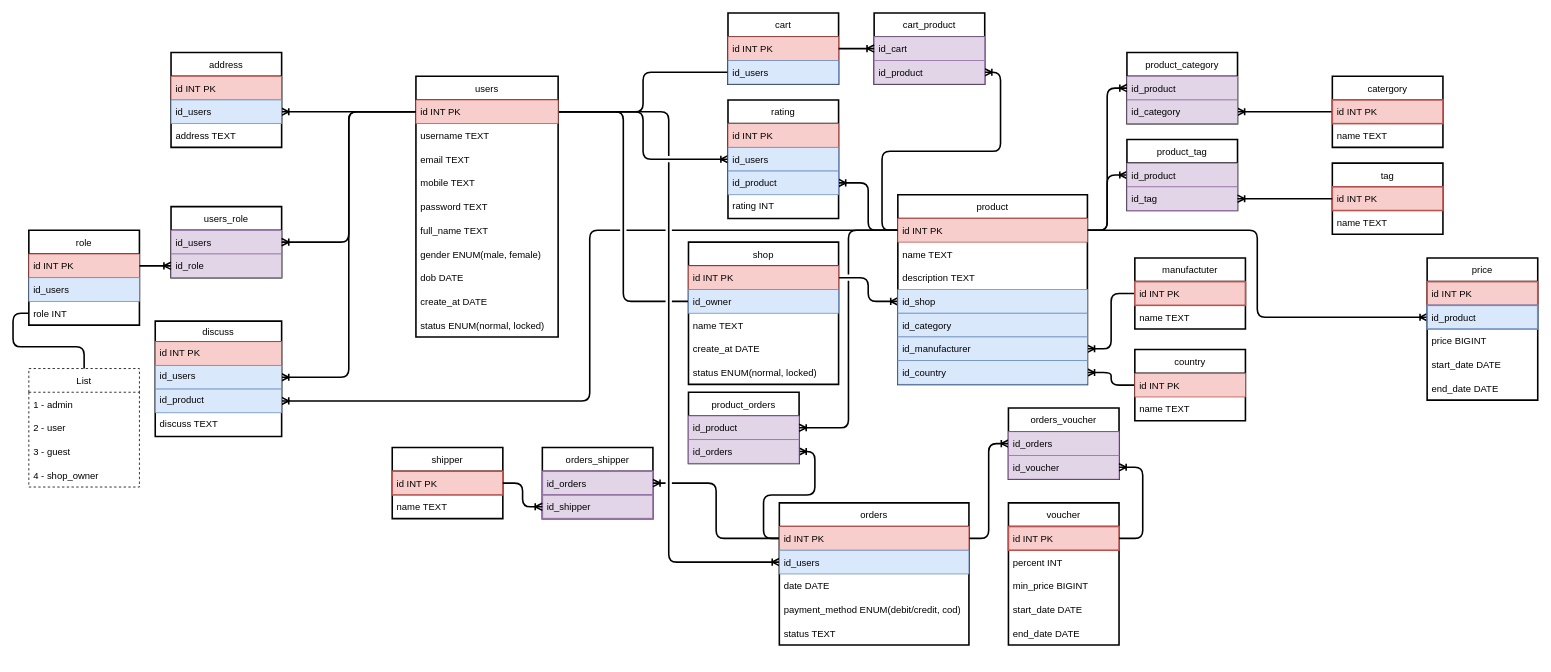
Earlier version of the draw.io diagram page "Basic design" (2 of 2) of 03.Database/ProjectEcommerce/ProjectEcommerce_Design.drawio (theduonghn/Techmaster-Java). Source tidied: cells renumbered, new cells numbered last; positions are measured from the earlier drawing's top-left corner, leaving out a move shared by most shapes. Both pictures are drawn from the tidied source at 79%, with x=0, y=0 at pixel (28, 13).
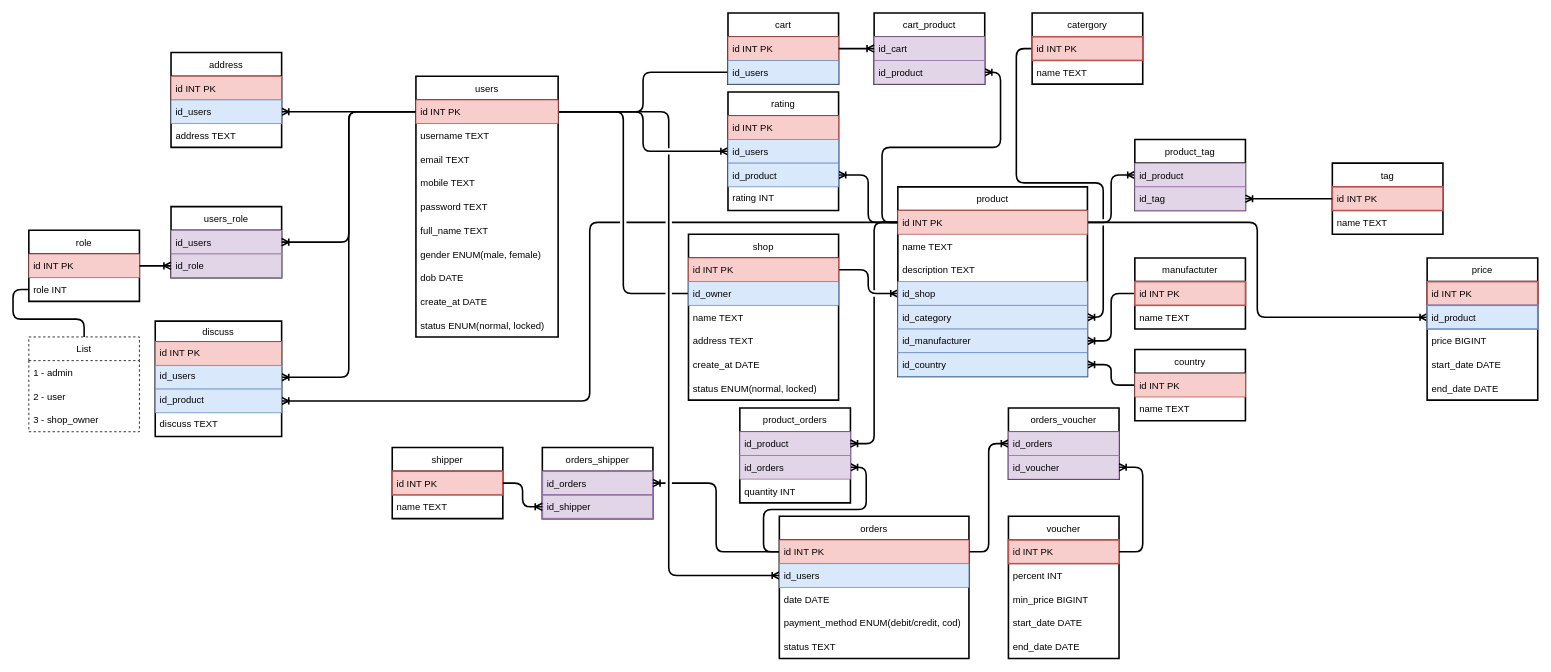
The same diagram, later.

Unchanged cells that the change refers to:
```xml
<mxCell id="78" value="id INT PK" style="text;strokeColor=#b85450;fillColor=#f8cecc;align=left;verticalAlign=middle;spacingLeft=4;spacingRight=4;overflow=hidden;points=[[0,0.5],[1,0.5]];portConstraint=eastwest;strokeWidth=2;" parent="77" vertex="1">
  <mxGeometry y="30" width="140" height="30" as="geometry" />
</mxCell>
<mxCell id="119" value="id INT PK" style="text;strokeColor=#b85450;fillColor=#f8cecc;align=left;verticalAlign=middle;spacingLeft=4;spacingRight=4;overflow=hidden;points=[[0,0.5],[1,0.5]];portConstraint=eastwest;" parent="118" vertex="1">
  <mxGeometry y="30" width="240" height="30" as="geometry" />
</mxCell>
<mxCell id="123" value="id_category" style="text;strokeColor=#6c8ebf;fillColor=#dae8fc;align=left;verticalAlign=middle;spacingLeft=4;spacingRight=4;overflow=hidden;points=[[0,0.5],[1,0.5]];portConstraint=eastwest;" parent="118" vertex="1">
  <mxGeometry y="150" width="240" height="30" as="geometry" />
</mxCell>
```

Diff of the diagram source:
```diff
@@
-    <mxCell id="4" style="edgeStyle=orthogonalEdgeStyle;jumpStyle=gap;jettySize=auto;html=1;startArrow=none;startFill=0;endArrow=ERoneToMany;endFill=0;strokeWidth=2;" parent="1" edge="1" source="78" target="128">
+    <mxCell id="4" style="edgeStyle=orthogonalEdgeStyle;jumpStyle=gap;jettySize=auto;html=1;startArrow=none;startFill=0;endArrow=ERoneToMany;endFill=0;strokeWidth=2;" parent="1" edge="1" source="78" target="123">
       <mxGeometry relative="1" as="geometry" />
     </mxCell>
@@
     <mxCell id="20" value="List" style="swimlane;fontStyle=0;horizontal=1;startSize=30;dashed=1;strokeWidth=1;fillColor=none;" parent="1" vertex="1">
-      <mxGeometry y="450" width="140" height="150" as="geometry" />
+      <mxGeometry y="410" width="140" height="120" as="geometry" />
     </mxCell>
@@
-    <mxCell id="23" value="3 - guest" style="text;strokeColor=none;fillColor=none;align=left;verticalAlign=middle;spacingLeft=4;spacingRight=4;overflow=hidden;dashed=1;" parent="20" vertex="1">
-      <mxGeometry y="90" width="140" height="30" as="geometry" />
-    </mxCell>
-    <mxCell id="24" value="4 - shop_owner" style="text;strokeColor=none;fillColor=none;align=left;verticalAlign=middle;spacingLeft=4;spacingRight=4;overflow=hidden;dashed=1;" parent="20" vertex="1">
-      <mxGeometry y="120" width="140" height="30" as="geometry" />
+    <mxCell id="24" value="3 - shop_owner" style="text;strokeColor=none;fillColor=none;align=left;verticalAlign=middle;spacingLeft=4;spacingRight=4;overflow=hidden;dashed=1;" parent="20" vertex="1">
+      <mxGeometry y="90" width="140" height="30" as="geometry" />
     </mxCell>
     <mxCell id="25" value="role" style="swimlane;fontStyle=0;horizontal=1;startSize=30;strokeWidth=2;" parent="1" vertex="1">
-      <mxGeometry y="275" width="140" height="120" as="geometry" />
+      <mxGeometry y="275" width="140" height="90" as="geometry" />
     </mxCell>
@@
-    <mxCell id="27" value="id_users" style="text;strokeColor=#6c8ebf;fillColor=#dae8fc;align=left;verticalAlign=middle;spacingLeft=4;spacingRight=4;overflow=hidden;labelBackgroundColor=none;" parent="25" vertex="1">
-      <mxGeometry y="60" width="140" height="30" as="geometry" />
-    </mxCell>
     <mxCell id="28" value="role INT" style="text;strokeColor=none;fillColor=none;align=left;verticalAlign=middle;spacingLeft=4;spacingRight=4;overflow=hidden;points=[[0,0.5],[1,0.5]];portConstraint=eastwest;" parent="25" vertex="1">
-      <mxGeometry y="90" width="140" height="30" as="geometry" />
+      <mxGeometry y="60" width="140" height="30" as="geometry" />
     </mxCell>
@@
     <mxCell id="34" value="rating" style="swimlane;fontStyle=0;horizontal=1;startSize=30;labelBackgroundColor=none;strokeWidth=2;swimlaneLine=1;" parent="1" vertex="1">
-      <mxGeometry x="885" y="110" width="140" height="150" as="geometry" />
+      <mxGeometry x="885" y="100" width="140" height="150" as="geometry" />
     </mxCell>
@@
     <mxCell id="39" value="shop" style="swimlane;fontStyle=0;horizontal=1;startSize=30;labelBackgroundColor=none;strokeColor=default;strokeWidth=2;fillColor=none;" parent="1" vertex="1">
-      <mxGeometry x="835" y="290" width="190" height="180" as="geometry" />
+      <mxGeometry x="835" y="280" width="190" height="210" as="geometry" />
     </mxCell>
@@
+    <mxCell id="134" value="address TEXT" style="text;strokeColor=none;fillColor=none;align=left;verticalAlign=middle;spacingLeft=4;spacingRight=4;overflow=hidden;labelBackgroundColor=none;" parent="39" vertex="1">
+      <mxGeometry y="120" width="190" height="30" as="geometry" />
+    </mxCell>
     <mxCell id="43" value="create_at DATE" style="text;strokeColor=none;fillColor=none;align=left;verticalAlign=middle;spacingLeft=4;spacingRight=4;overflow=hidden;labelBackgroundColor=none;" parent="39" vertex="1">
-      <mxGeometry y="120" width="190" height="30" as="geometry" />
+      <mxGeometry y="150" width="190" height="30" as="geometry" />
     </mxCell>
     <mxCell id="44" value="status ENUM(normal, locked)" style="text;strokeColor=none;fillColor=none;align=left;verticalAlign=middle;spacingLeft=4;spacingRight=4;overflow=hidden;labelBackgroundColor=none;" parent="39" vertex="1">
-      <mxGeometry y="150" width="190" height="30" as="geometry" />
+      <mxGeometry y="180" width="190" height="30" as="geometry" />
     </mxCell>
@@
     <mxCell id="77" value="catergory" style="swimlane;fontStyle=0;horizontal=1;startSize=30;strokeColor=default;strokeWidth=2;" parent="1" vertex="1">
-      <mxGeometry x="1650" y="80" width="140" height="90" as="geometry" />
+      <mxGeometry x="1270" width="140" height="90" as="geometry" />
     </mxCell>
@@
     <mxCell id="83" value="product_tag" style="swimlane;fontStyle=0;horizontal=1;startSize=30;strokeWidth=2;glass=0;sketch=0;shadow=0;rounded=0;" parent="1" vertex="1">
-      <mxGeometry x="1390" y="160" width="140" height="90" as="geometry" />
+      <mxGeometry x="1400" y="160" width="140" height="90" as="geometry" />
     </mxCell>
@@
     <mxCell id="101" value="voucher" style="swimlane;fontStyle=0;horizontal=1;startSize=30;strokeColor=default;strokeWidth=2;" parent="1" vertex="1">
-      <mxGeometry x="1240" y="620" width="140" height="180" as="geometry" />
+      <mxGeometry x="1240" y="637" width="140" height="180" as="geometry" />
     </mxCell>
@@
     <mxCell id="112" value="orders" style="swimlane;fontStyle=0;horizontal=1;startSize=30;strokeWidth=2;" parent="1" vertex="1">
-      <mxGeometry x="950" y="620" width="240" height="180" as="geometry" />
+      <mxGeometry x="950" y="637" width="240" height="180" as="geometry" />
     </mxCell>
@@
     <mxCell id="118" value="product" style="swimlane;fontStyle=0;horizontal=1;startSize=30;strokeWidth=2;" parent="1" vertex="1">
-      <mxGeometry x="1100" y="230" width="240" height="240" as="geometry" />
+      <mxGeometry x="1100" y="220" width="240" height="240" as="geometry" />
     </mxCell>
@@
-    <mxCell id="126" value="product_category" style="swimlane;fontStyle=0;horizontal=1;startSize=30;strokeWidth=2;glass=0;sketch=0;shadow=0;rounded=0;" parent="1" vertex="1">
-      <mxGeometry x="1390" y="50" width="140" height="90" as="geometry" />
-    </mxCell>
-    <mxCell id="127" value="id_product" style="text;strokeColor=#9673a6;fillColor=#e1d5e7;align=left;verticalAlign=middle;spacingLeft=4;spacingRight=4;overflow=hidden;points=[[0,0.5],[1,0.5]];portConstraint=eastwest;" parent="126" vertex="1">
-      <mxGeometry y="30" width="140" height="30" as="geometry" />
-    </mxCell>
-    <mxCell id="128" value="id_category" style="text;strokeColor=#9673a6;fillColor=#e1d5e7;align=left;verticalAlign=middle;spacingLeft=4;spacingRight=4;overflow=hidden;points=[[0,0.5],[1,0.5]];portConstraint=eastwest;" parent="126" vertex="1">
-      <mxGeometry y="60" width="140" height="30" as="geometry" />
-    </mxCell>
-    <mxCell id="129" style="edgeStyle=orthogonalEdgeStyle;jumpStyle=gap;jettySize=auto;html=1;startArrow=none;startFill=0;endArrow=ERoneToMany;endFill=0;strokeWidth=2;" parent="1" edge="1" source="119" target="127">
-      <mxGeometry relative="1" as="geometry" />
-    </mxCell>
     <mxCell id="130" value="product_orders" style="swimlane;fontStyle=0;horizontal=1;startSize=30;strokeWidth=2;glass=0;sketch=0;shadow=0;rounded=0;" parent="1" vertex="1">
-      <mxGeometry x="835" y="480" width="140" height="90" as="geometry" />
+      <mxGeometry x="900" y="500" width="140" height="120" as="geometry" />
     </mxCell>
@@
+    <mxCell id="135" value="quantity INT" style="text;align=left;verticalAlign=middle;spacingLeft=4;spacingRight=4;overflow=hidden;" parent="130" vertex="1">
+      <mxGeometry y="90" width="140" height="30" as="geometry" />
+    </mxCell>
```
